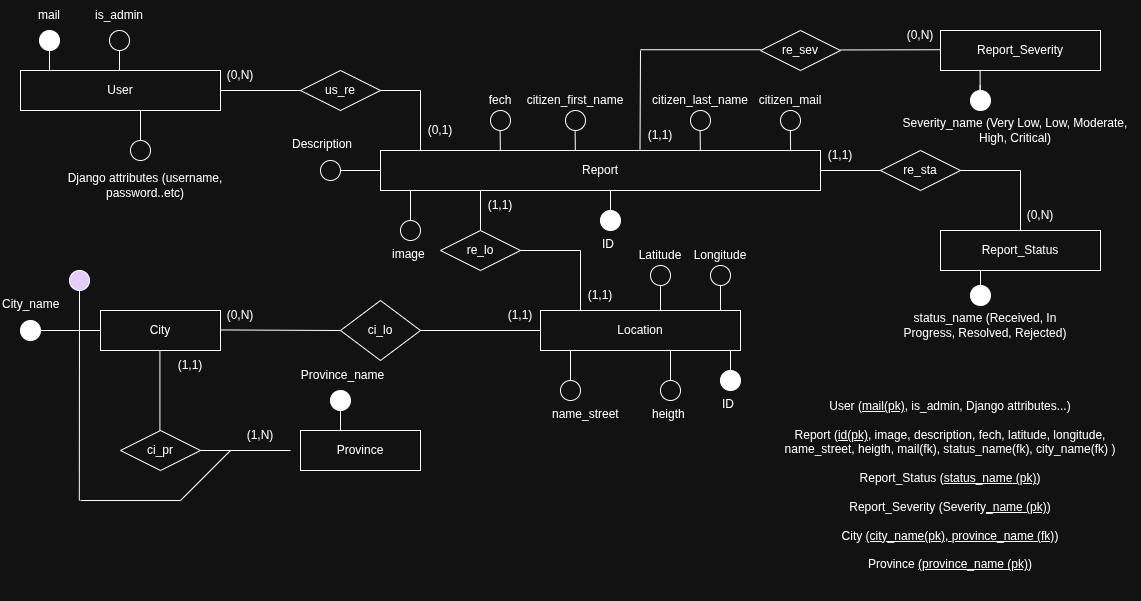
Above: documentation/database_modeling/conceptual_logical_physical_diagram.drawio.png in agustinsalum/zero_potholes (draw.io), before the change. Source tidied: cells renumbered, new cells last; positions are measured from the earlier drawing's top-left corner, leaving out a move shared by most shapes.
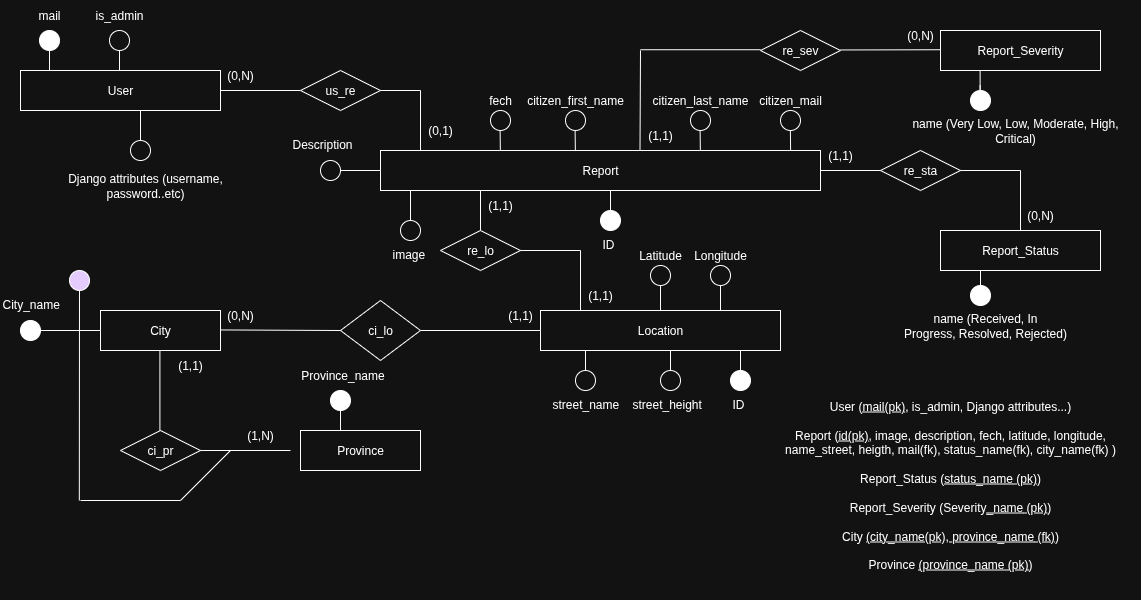
The same diagram one commit later.

The edit, as a diff of the source:
```diff
@@ -15,7 +15,7 @@
       <mxGeometry x="300" y="430" width="120" height="40" as="geometry" />
     </mxCell>
     <mxCell id="6" value="Location" style="rounded=0;whiteSpace=wrap;html=1;" parent="1" vertex="1">
-      <mxGeometry x="540" y="310" width="200" height="40" as="geometry" />
+      <mxGeometry x="540" y="310" width="240" height="40" as="geometry" />
     </mxCell>
     <mxCell id="7" style="endArrow=none;html=1;rounded=0;" parent="1" edge="1" source="9">
       <mxGeometry relative="1" as="geometry">
@@ -183,7 +183,7 @@
     <mxCell id="44" style="ellipse;whiteSpace=wrap;html=1;labelBackgroundColor=light-dark(#000000,#000000);fillColor=light-dark(#FFFFFF,#FFFFFF);" parent="1" vertex="1">
       <mxGeometry x="970" y="285" width="20" height="20" as="geometry" />
     </mxCell>
-    <mxCell id="45" value="status_name&amp;nbsp;(&lt;span style=&quot;background-color: transparent;&quot;&gt;Received,&amp;nbsp;&lt;/span&gt;&lt;span style=&quot;background-color: transparent; color: light-dark(rgb(0, 0, 0), rgb(255, 255, 255));&quot;&gt;In Progress,&amp;nbsp;&lt;/span&gt;&lt;span style=&quot;background-color: transparent; color: light-dark(rgb(0, 0, 0), rgb(255, 255, 255));&quot;&gt;Resolved,&amp;nbsp;&lt;/span&gt;&lt;span style=&quot;background-color: transparent;&quot;&gt;Rejected&lt;/span&gt;)" style="text;html=1;align=center;verticalAlign=middle;whiteSpace=wrap;rounded=0;" parent="1" vertex="1">
+    <mxCell id="45" value="name&amp;nbsp;(&lt;span style=&quot;background-color: transparent;&quot;&gt;Received,&amp;nbsp;&lt;/span&gt;&lt;span style=&quot;background-color: transparent; color: light-dark(rgb(0, 0, 0), rgb(255, 255, 255));&quot;&gt;In Progress,&amp;nbsp;&lt;/span&gt;&lt;span style=&quot;background-color: transparent; color: light-dark(rgb(0, 0, 0), rgb(255, 255, 255));&quot;&gt;Resolved,&amp;nbsp;&lt;/span&gt;&lt;span style=&quot;background-color: transparent;&quot;&gt;Rejected&lt;/span&gt;)" style="text;html=1;align=center;verticalAlign=middle;whiteSpace=wrap;rounded=0;" parent="1" vertex="1">
       <mxGeometry x="860" y="310" width="250" height="30" as="geometry" />
     </mxCell>
     <mxCell id="46" style="endArrow=none;html=1;rounded=0;exitX=0;exitY=0.5;exitDx=0;exitDy=0;" parent="1" edge="1" source="3" target="47">
@@ -277,27 +277,27 @@
     </mxCell>
     <mxCell id="69" style="endArrow=none;html=1;rounded=0;" parent="1" edge="1">
       <mxGeometry relative="1" as="geometry">
-        <mxPoint x="570" y="380" as="sourcePoint" />
-        <mxPoint x="570" y="350" as="targetPoint" />
+        <mxPoint x="585" y="370" as="sourcePoint" />
+        <mxPoint x="585" y="350" as="targetPoint" />
       </mxGeometry>
     </mxCell>
     <mxCell id="70" style="ellipse;whiteSpace=wrap;html=1;labelBackgroundColor=light-dark(#000000,#000000);" parent="1" vertex="1">
-      <mxGeometry x="560" y="380" width="20" height="20" as="geometry" />
+      <mxGeometry x="575" y="370" width="20" height="20" as="geometry" />
     </mxCell>
-    <mxCell id="71" value="name_street" style="text;whiteSpace=wrap;html=1;" parent="1" vertex="1">
-      <mxGeometry x="550" y="400" width="40" height="20" as="geometry" />
+    <mxCell id="71" value="street_name" style="text;whiteSpace=wrap;html=1;" parent="1" vertex="1">
+      <mxGeometry x="550" y="390" width="70" height="20" as="geometry" />
     </mxCell>
     <mxCell id="72" style="endArrow=none;html=1;rounded=0;" parent="1" edge="1">
       <mxGeometry relative="1" as="geometry">
-        <mxPoint x="670" y="380" as="sourcePoint" />
+        <mxPoint x="670" y="370" as="sourcePoint" />
         <mxPoint x="670" y="350" as="targetPoint" />
       </mxGeometry>
     </mxCell>
     <mxCell id="73" style="ellipse;whiteSpace=wrap;html=1;labelBackgroundColor=light-dark(#000000,#000000);" parent="1" vertex="1">
-      <mxGeometry x="660" y="380" width="20" height="20" as="geometry" />
+      <mxGeometry x="660" y="370" width="20" height="20" as="geometry" />
     </mxCell>
-    <mxCell id="74" value="heigth" style="text;whiteSpace=wrap;html=1;" parent="1" vertex="1">
-      <mxGeometry x="650" y="400" width="40" height="20" as="geometry" />
+    <mxCell id="74" value="street_height" style="text;whiteSpace=wrap;html=1;" parent="1" vertex="1">
+      <mxGeometry x="630" y="390" width="80" height="20" as="geometry" />
     </mxCell>
     <mxCell id="75" value="Django attributes (username, password..etc)" style="text;html=1;align=center;verticalAlign=middle;whiteSpace=wrap;rounded=0;" parent="1" vertex="1">
       <mxGeometry x="40" y="170" width="210" height="30" as="geometry" />
@@ -325,15 +325,15 @@
     </mxCell>
     <mxCell id="81" style="endArrow=none;html=1;rounded=0;" parent="1" edge="1">
       <mxGeometry relative="1" as="geometry">
-        <mxPoint x="730" y="370" as="sourcePoint" />
-        <mxPoint x="730" y="350" as="targetPoint" />
+        <mxPoint x="740" y="370" as="sourcePoint" />
+        <mxPoint x="740" y="350" as="targetPoint" />
       </mxGeometry>
     </mxCell>
     <mxCell id="82" style="ellipse;whiteSpace=wrap;html=1;labelBackgroundColor=light-dark(#000000,#000000);fillColor=light-dark(#FFFFFF,#FFFFFF);" parent="1" vertex="1">
-      <mxGeometry x="720" y="370" width="20" height="20" as="geometry" />
+      <mxGeometry x="730" y="370" width="20" height="20" as="geometry" />
     </mxCell>
     <mxCell id="83" value="ID" style="text;whiteSpace=wrap;html=1;" parent="1" vertex="1">
-      <mxGeometry x="720" y="390" width="20" height="20" as="geometry" />
+      <mxGeometry x="730" y="390" width="20" height="20" as="geometry" />
     </mxCell>
     <mxCell id="84" style="endArrow=none;html=1;rounded=0;" parent="1" edge="1">
       <mxGeometry relative="1" as="geometry">
@@ -404,7 +404,7 @@
     <mxCell id="98" style="ellipse;whiteSpace=wrap;html=1;labelBackgroundColor=light-dark(#000000,#000000);fillColor=light-dark(#FFFFFF,#FFFFFF);" parent="1" vertex="1">
       <mxGeometry x="970" y="90" width="20" height="20" as="geometry" />
     </mxCell>
-    <mxCell id="99" value="Severity_name&amp;nbsp;(Very Low, Low, Moderate, High, Critical)" style="text;html=1;align=center;verticalAlign=middle;whiteSpace=wrap;rounded=0;" parent="1" vertex="1">
+    <mxCell id="99" value="name&amp;nbsp;(Very Low, Low, Moderate, High, Critical)" style="text;html=1;align=center;verticalAlign=middle;whiteSpace=wrap;rounded=0;" parent="1" vertex="1">
       <mxGeometry x="890" y="115" width="250" height="30" as="geometry" />
     </mxCell>
     <mxCell id="100" style="edgeStyle=orthogonalEdgeStyle;rounded=0;orthogonalLoop=1;jettySize=auto;html=1;exitX=0;exitY=1;exitDx=0;exitDy=0;entryX=0.5;entryY=1;entryDx=0;entryDy=0;" parent="1" edge="1" source="98" target="98">
```
